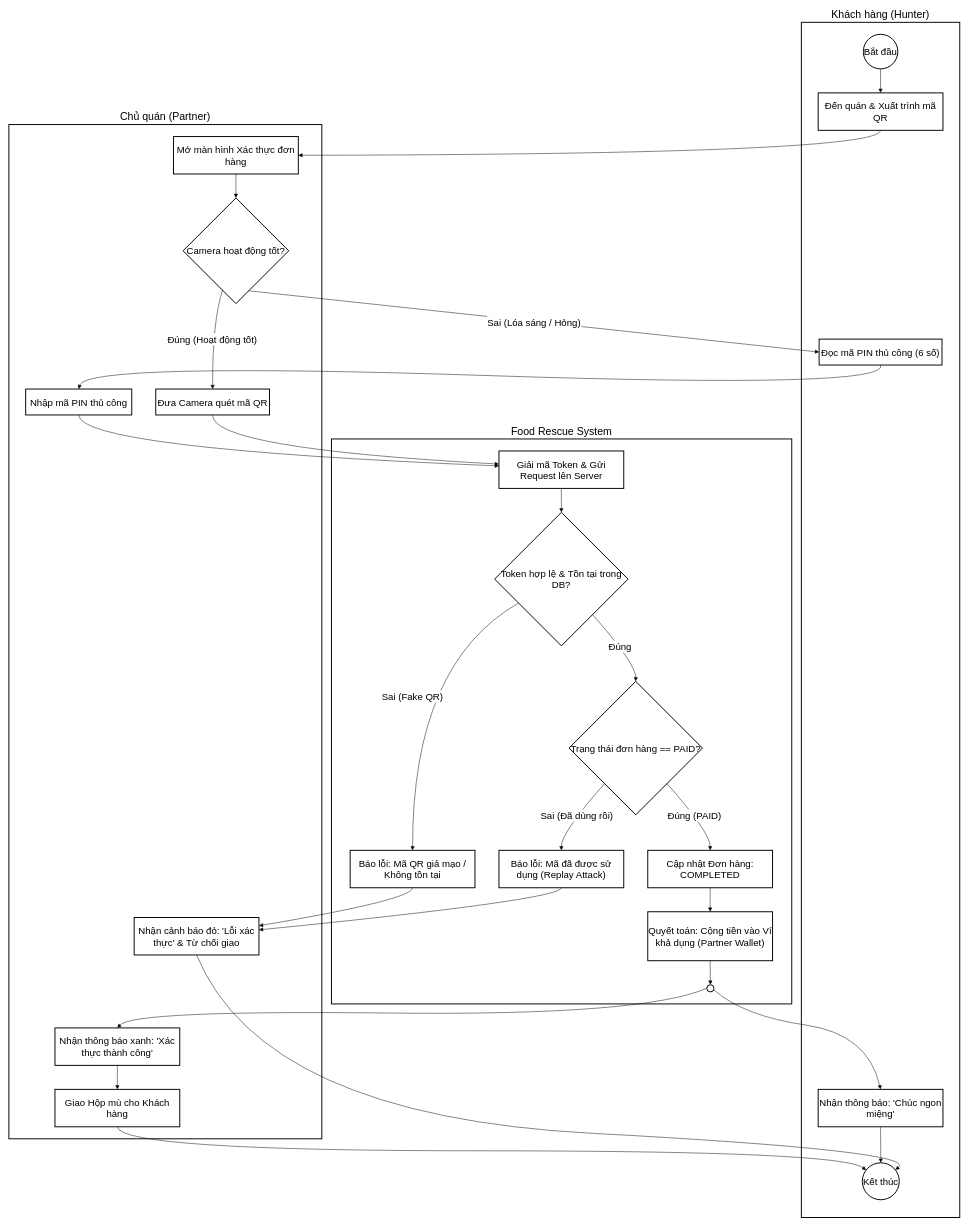
Earlier version of the draw.io diagram food-rescue/atvd-qr-auth.drawio (shin-client/drawio). Source tidied: cells renumbered, new cells numbered last; positions are measured from the earlier drawing's top-left corner, leaving out a move shared by most shapes. Both pictures are drawn from the tidied source at 48%, with x=0, y=0 at pixel (9, 22).
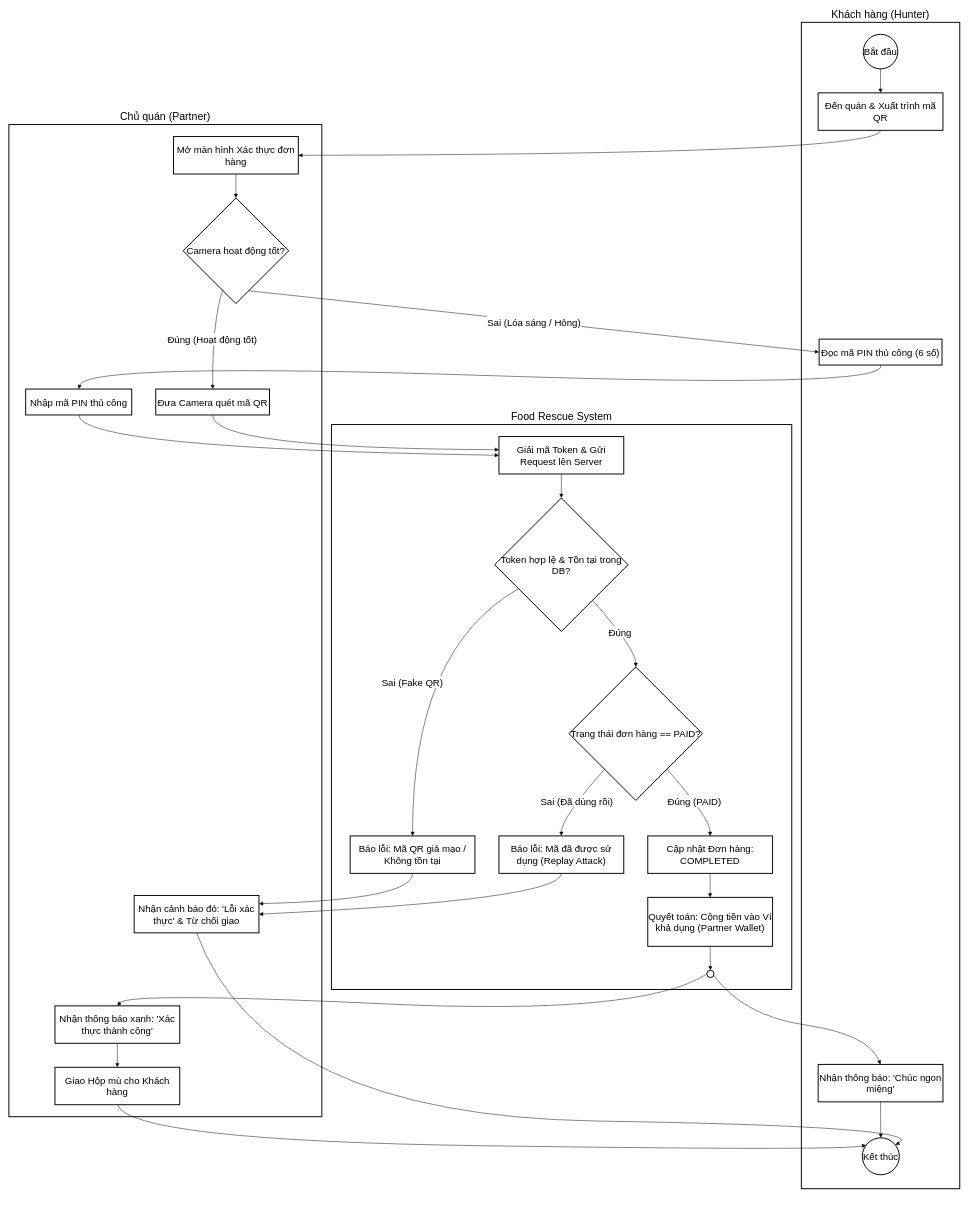
The same diagram, later.

Unchanged cells that the change refers to:
```xml
<mxCell id="13" value="Nhập mã PIN thủ công" style="whiteSpace=wrap;strokeWidth=2;fontSize=20;" parent="1" vertex="1">
  <mxGeometry x="35" y="764" width="221" height="54" as="geometry" />
</mxCell>
```

What changed in the source:
```diff
@@
     <mxCell id="2" value="Food Rescue System" style="whiteSpace=wrap;strokeWidth=2;fontSize=22;labelPosition=center;verticalLabelPosition=top;align=center;verticalAlign=bottom;" parent="1" vertex="1">
-      <mxGeometry x="672" y="868" width="959" height="1177" as="geometry" />
+      <mxGeometry x="672" y="838" width="959" height="1177" as="geometry" />
     </mxCell>
     <mxCell id="3" value="Chủ quán (Partner)" style="whiteSpace=wrap;strokeWidth=2;fontSize=22;labelPosition=center;verticalLabelPosition=top;align=center;verticalAlign=bottom;" parent="1" vertex="1">
-      <mxGeometry y="213" width="652" height="2113" as="geometry" />
+      <mxGeometry y="213" width="652" height="2067" as="geometry" />
     </mxCell>
     <mxCell id="4" value="Khách hàng (Hunter)" style="whiteSpace=wrap;strokeWidth=2;fontSize=22;labelPosition=center;verticalLabelPosition=top;align=center;verticalAlign=bottom;" parent="1" vertex="1">
-      <mxGeometry x="1651" width="330" height="2490" as="geometry" />
+      <mxGeometry x="1651" width="330" height="2430" as="geometry" />
     </mxCell>
@@
     <mxCell id="8" value="Nhận thông báo: 'Chúc ngon miệng'" style="whiteSpace=wrap;strokeWidth=2;fontSize=20;" parent="1" vertex="1">
-      <mxGeometry x="1686" y="2223" width="260" height="78" as="geometry" />
+      <mxGeometry x="1686" y="2171" width="260" height="78" as="geometry" />
     </mxCell>
     <mxCell id="9" value="Kết thúc" style="ellipse;strokeWidth=2;whiteSpace=wrap;fontSize=20;" parent="1" vertex="1">
-      <mxGeometry x="1778" y="2376" width="77" height="77" as="geometry" />
+      <mxGeometry x="1778" y="2324" width="77" height="77" as="geometry" />
     </mxCell>
@@
     <mxCell id="14" value="Nhận cảnh báo đỏ: 'Lỗi xác thực' &amp; Từ chối giao" style="whiteSpace=wrap;strokeWidth=2;fontSize=20;" parent="1" vertex="1">
-      <mxGeometry x="261" y="1865" width="260" height="78" as="geometry" />
+      <mxGeometry x="261" y="1819" width="260" height="78" as="geometry" />
     </mxCell>
     <mxCell id="15" value="Nhận thông báo xanh: 'Xác thực thành công'" style="whiteSpace=wrap;strokeWidth=2;fontSize=20;" parent="1" vertex="1">
-      <mxGeometry x="96" y="2095" width="260" height="78" as="geometry" />
+      <mxGeometry x="96" y="2049" width="260" height="78" as="geometry" />
     </mxCell>
     <mxCell id="16" value="Giao Hộp mù cho Khách hàng" style="whiteSpace=wrap;strokeWidth=2;fontSize=20;" parent="1" vertex="1">
-      <mxGeometry x="96" y="2223" width="260" height="78" as="geometry" />
+      <mxGeometry x="96" y="2177" width="260" height="78" as="geometry" />
     </mxCell>
     <mxCell id="17" value="Giải mã Token &amp; Gửi Request lên Server" style="whiteSpace=wrap;strokeWidth=2;fontSize=20;" parent="1" vertex="1">
-      <mxGeometry x="1021" y="893" width="260" height="78" as="geometry" />
+      <mxGeometry x="1021" y="863" width="260" height="78" as="geometry" />
     </mxCell>
     <mxCell id="18" value="Token hợp lệ &amp; Tồn tại trong DB?" style="rhombus;strokeWidth=2;whiteSpace=wrap;fontSize=20;" parent="1" vertex="1">
-      <mxGeometry x="1012" y="1021" width="278" height="278" as="geometry" />
+      <mxGeometry x="1012" y="991" width="278" height="278" as="geometry" />
     </mxCell>
     <mxCell id="19" value="Trạng thái đơn hàng == PAID?" style="rhombus;strokeWidth=2;whiteSpace=wrap;fontSize=20;" parent="1" vertex="1">
-      <mxGeometry x="1167" y="1373" width="278" height="278" as="geometry" />
+      <mxGeometry x="1167" y="1343" width="278" height="278" as="geometry" />
     </mxCell>
     <mxCell id="20" value="Báo lỗi: Mã QR giả mạo / Không tồn tại" style="whiteSpace=wrap;strokeWidth=2;fontSize=20;" parent="1" vertex="1">
-      <mxGeometry x="711" y="1725" width="260" height="78" as="geometry" />
+      <mxGeometry x="711" y="1695" width="260" height="78" as="geometry" />
     </mxCell>
     <mxCell id="21" value="Báo lỗi: Mã đã được sử dụng (Replay Attack)" style="whiteSpace=wrap;strokeWidth=2;fontSize=20;" parent="1" vertex="1">
-      <mxGeometry x="1021" y="1725" width="260" height="78" as="geometry" />
+      <mxGeometry x="1021" y="1695" width="260" height="78" as="geometry" />
     </mxCell>
     <mxCell id="22" value="Cập nhật Đơn hàng: COMPLETED" style="whiteSpace=wrap;strokeWidth=2;fontSize=20;" parent="1" vertex="1">
-      <mxGeometry x="1331" y="1725" width="260" height="78" as="geometry" />
+      <mxGeometry x="1331" y="1695" width="260" height="78" as="geometry" />
     </mxCell>
     <mxCell id="23" value="Quyết toán: Cộng tiền vào Ví khả dụng (Partner Wallet)" style="whiteSpace=wrap;strokeWidth=2;fontSize=20;" parent="1" vertex="1">
-      <mxGeometry x="1331" y="1853" width="260" height="102" as="geometry" />
+      <mxGeometry x="1331" y="1823" width="260" height="102" as="geometry" />
     </mxCell>
     <mxCell id="24" style="ellipse;strokeWidth=2;whiteSpace=wrap;fontSize=20;" parent="1" vertex="1">
-      <mxGeometry x="1454" y="2005" width="15" height="15" as="geometry" />
+      <mxGeometry x="1454" y="1975" width="15" height="15" as="geometry" />
     </mxCell>
@@
-    <mxCell id="30" style="curved=1;startArrow=none;endArrow=block;exitX=0.5;exitY=1;entryX=0;entryY=0.4;rounded=0;fontSize=20;" parent="1" edge="1" source="13" target="17">
+    <mxCell id="30" style="curved=1;startArrow=none;endArrow=block;exitX=0.5;exitY=1;entryX=0;entryY=0.5;rounded=0;fontSize=20;entryDx=0;entryDy=0;" parent="1" edge="1" source="13" target="17">
       <mxGeometry relative="1" as="geometry">
         <Array as="points">
           <mxPoint x="145" y="888" />
         </Array>
       </mxGeometry>
     </mxCell>
@@
     <mxCell id="34" value="Sai (Fake QR)" style="curved=1;startArrow=none;endArrow=block;exitX=0;exitY=0.78;entryX=0.5;entryY=0;rounded=0;fontSize=20;" parent="1" edge="1" source="18" target="20">
       <mxGeometry relative="1" as="geometry">
         <Array as="points">
-          <mxPoint x="841" y="1336" />
+          <mxPoint x="841" y="1306" />
         </Array>
       </mxGeometry>
     </mxCell>
@@
     <mxCell id="36" value="Đúng" style="curved=1;startArrow=none;endArrow=block;exitX=0.94;exitY=1;entryX=0.5;entryY=0;rounded=0;fontSize=20;" parent="1" edge="1" source="18" target="19">
       <mxGeometry relative="1" as="geometry">
         <Array as="points">
-          <mxPoint x="1306" y="1336" />
+          <mxPoint x="1306" y="1306" />
         </Array>
       </mxGeometry>
     </mxCell>
     <mxCell id="37" value="Sai (Đã dùng rồi)" style="curved=1;startArrow=none;endArrow=block;exitX=0.06;exitY=1;entryX=0.5;entryY=0;rounded=0;fontSize=20;" parent="1" edge="1" source="19" target="21">
       <mxGeometry relative="1" as="geometry">
         <Array as="points">
-          <mxPoint x="1151" y="1688" />
+          <mxPoint x="1151" y="1658" />
         </Array>
       </mxGeometry>
     </mxCell>
-    <mxCell id="38" style="curved=1;startArrow=none;endArrow=block;exitX=0.5;exitY=1;entryX=1;entryY=0.33;rounded=0;fontSize=20;" parent="1" edge="1" source="21" target="14">
+    <mxCell id="38" style="curved=1;startArrow=none;endArrow=block;exitX=0.5;exitY=1;entryX=1;entryY=0.5;rounded=0;fontSize=20;entryDx=0;entryDy=0;" parent="1" edge="1" source="21" target="14">
       <mxGeometry relative="1" as="geometry">
         <Array as="points">
           <mxPoint x="1151" y="1828" />
         </Array>
       </mxGeometry>
     </mxCell>
     <mxCell id="39" value="Đúng (PAID)" style="curved=1;startArrow=none;endArrow=block;exitX=0.94;exitY=1;entryX=0.5;entryY=0;rounded=0;fontSize=20;" parent="1" edge="1" source="19" target="22">
       <mxGeometry relative="1" as="geometry">
         <Array as="points">
-          <mxPoint x="1461" y="1688" />
+          <mxPoint x="1461" y="1658" />
         </Array>
       </mxGeometry>
     </mxCell>
@@
     <mxCell id="42" style="curved=1;startArrow=none;endArrow=block;exitX=0;exitY=0.55;entryX=0.5;entryY=0;rounded=0;fontSize=20;" parent="1" edge="1" source="24" target="15">
       <mxGeometry relative="1" as="geometry">
         <Array as="points">
           <mxPoint x="1320" y="2070" />
-          <mxPoint x="260" y="2058" />
+          <mxPoint x="250" y="2020" />
         </Array>
       </mxGeometry>
     </mxCell>
@@
     <mxCell id="45" style="curved=1;startArrow=none;endArrow=block;exitX=0.5;exitY=1;entryX=0;entryY=0.12;rounded=0;fontSize=20;" parent="1" edge="1" source="16" target="9">
       <mxGeometry relative="1" as="geometry">
         <Array as="points">
-          <mxPoint x="230" y="2351" />
+          <mxPoint x="250" y="2330" />
           <mxPoint x="1733" y="2351" />
         </Array>
       </mxGeometry>
     </mxCell>
@@
     <mxCell id="47" style="curved=1;startArrow=none;endArrow=block;exitX=0.5;exitY=1;entryX=0.99;entryY=0.12;rounded=0;fontSize=20;" parent="1" edge="1" source="14" target="9">
       <mxGeometry relative="1" as="geometry">
         <Array as="points">
           <mxPoint x="530" y="2278" />
-          <mxPoint x="1898" y="2351" />
+          <mxPoint x="1920" y="2300" />
         </Array>
       </mxGeometry>
     </mxCell>
```
